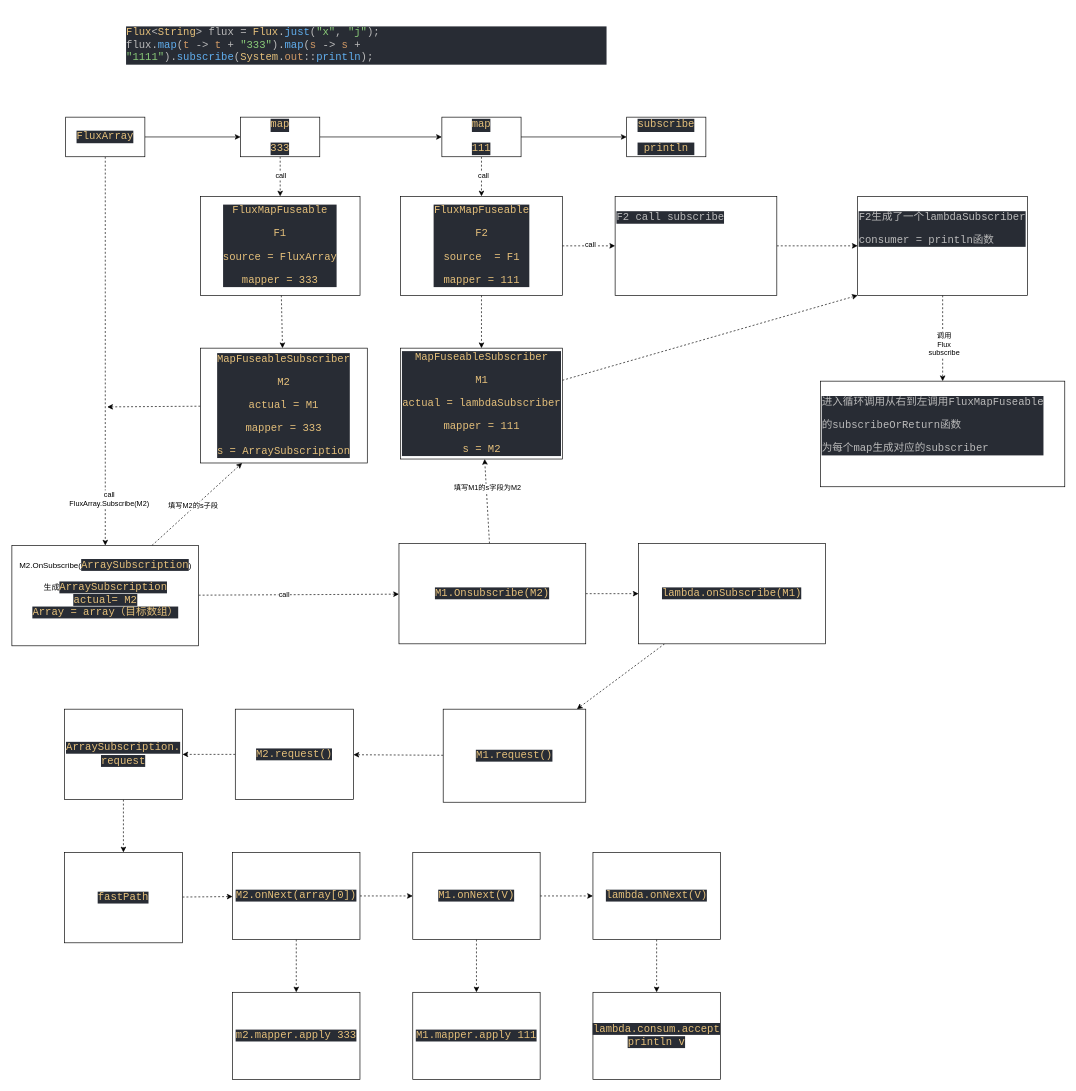
The draw.io diagram page "Page-2" (2 of 2) of exercises/src/main/java/my/my.drawio in amwtke/practical-reactor, before the edit. Source tidied: cells renumbered, new cells numbered last; positions are measured from the earlier drawing's top-left corner, leaving out a move shared by most shapes. Both pictures are drawn from the tidied source at 66%, with x=0, y=0 at pixel (11, 11).
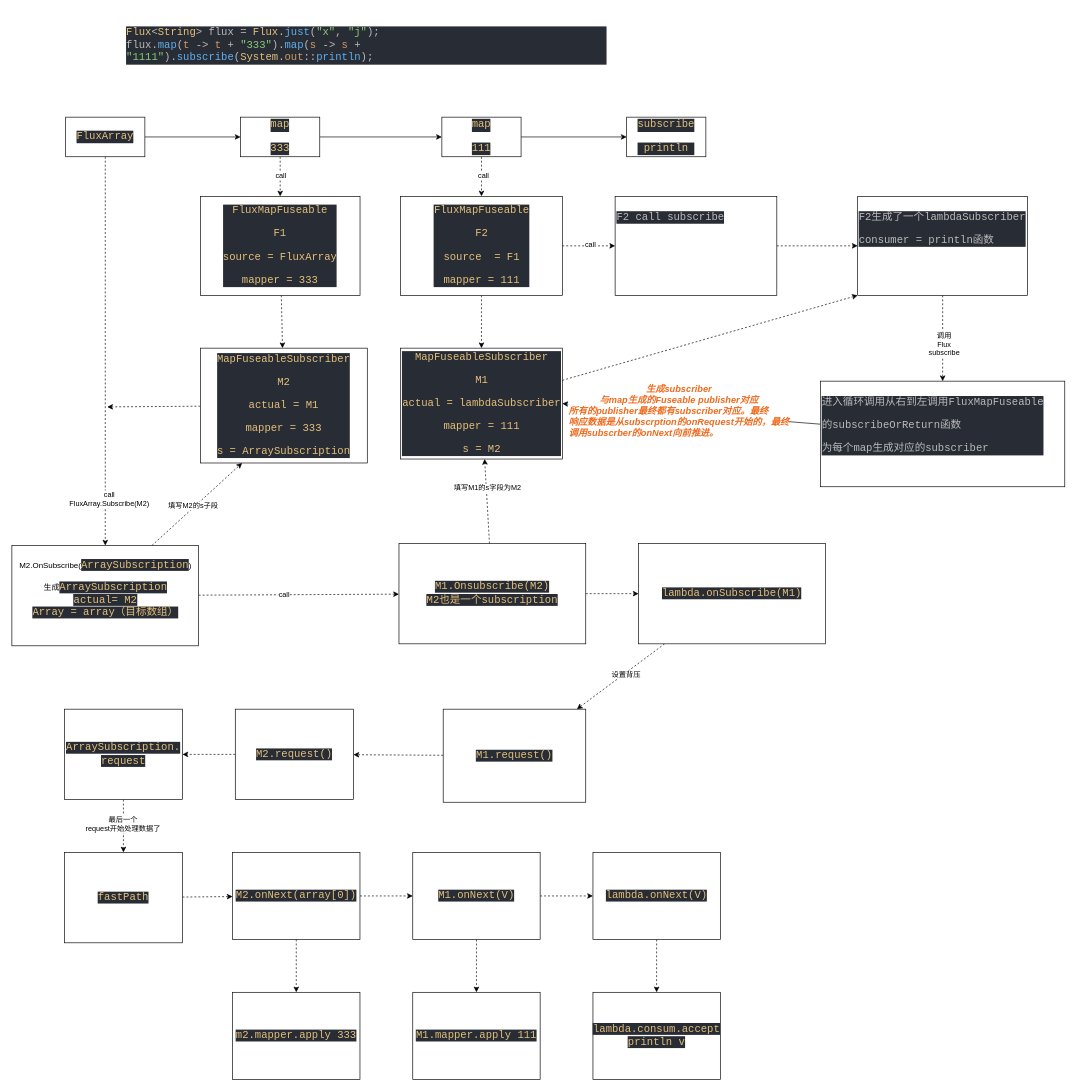
The same page after the edit.

Unchanged cells that the change refers to:
```xml
<mxCell id="27" value="&lt;pre style=&quot;background-color:#282c34;color:#bbbbbb;font-family:'JetBrains Mono',monospace;font-size:12.0pt;&quot;&gt;&lt;pre style=&quot;font-size: 12pt; font-family: &amp;quot;JetBrains Mono&amp;quot;, monospace;&quot;&gt;进入循环调用从右到左调用FluxMapFuseable&lt;/pre&gt;&lt;pre style=&quot;font-size: 12pt; font-family: &amp;quot;JetBrains Mono&amp;quot;, monospace;&quot;&gt;的subscribeOrReturn函数&lt;/pre&gt;&lt;pre style=&quot;font-size: 12pt; font-family: &amp;quot;JetBrains Mono&amp;quot;, monospace;&quot;&gt;为每个map生成对应的subscriber&lt;/pre&gt;&lt;/pre&gt;" style="rounded=0;whiteSpace=wrap;html=1;align=left;verticalAlign=top;" parent="1" vertex="1">
  <mxGeometry x="1225.8" y="560" width="370" height="160" as="geometry" />
</mxCell>
<mxCell id="29" value="&lt;pre style=&quot;background-color:#282c34;color:#bbbbbb;font-family:'JetBrains Mono',monospace;font-size:12.0pt;&quot;&gt;&lt;pre style=&quot;font-size: 12pt; font-family: &amp;quot;JetBrains Mono&amp;quot;, monospace;&quot;&gt;&lt;pre style=&quot;font-family: &amp;quot;JetBrains Mono&amp;quot;, monospace; font-size: 12pt;&quot;&gt;&lt;span style=&quot;color:#e5c07b;&quot;&gt;MapFuseableSubscriber&lt;/span&gt;&lt;/pre&gt;&lt;pre style=&quot;font-family: &amp;quot;JetBrains Mono&amp;quot;, monospace; font-size: 12pt;&quot;&gt;&lt;span style=&quot;color:#e5c07b;&quot;&gt;M1&lt;/span&gt;&lt;/pre&gt;&lt;pre style=&quot;font-family: &amp;quot;JetBrains Mono&amp;quot;, monospace; font-size: 12pt;&quot;&gt;&lt;span style=&quot;color:#e5c07b;&quot;&gt;actual = lambdaSubscriber&lt;/span&gt;&lt;/pre&gt;&lt;pre style=&quot;font-family: &amp;quot;JetBrains Mono&amp;quot;, monospace; font-size: 12pt;&quot;&gt;&lt;span style=&quot;color:#e5c07b;&quot;&gt;mapper = 111&lt;/span&gt;&lt;/pre&gt;&lt;pre style=&quot;font-family: &amp;quot;JetBrains Mono&amp;quot;, monospace; font-size: 12pt;&quot;&gt;&lt;span style=&quot;color:#e5c07b;&quot;&gt;s = M2&lt;/span&gt;&lt;/pre&gt;&lt;/pre&gt;&lt;/pre&gt;" style="rounded=0;whiteSpace=wrap;html=1;" parent="1" vertex="1">
  <mxGeometry x="589.5" y="510" width="245" height="168" as="geometry" />
</mxCell>
<mxCell id="41" style="edgeStyle=none;html=1;dashed=1;" parent="1" edge="1" source="42" target="44">
  <mxGeometry relative="1" as="geometry" />
</mxCell>
<mxCell id="47" style="edgeStyle=none;html=1;dashed=1;" parent="1" edge="1" source="48" target="50">
  <mxGeometry relative="1" as="geometry" />
</mxCell>
```

What changed in the source:
```diff
@@
+    <mxCell id="62" style="edgeStyle=none;html=1;entryX=1;entryY=0.5;entryDx=0;entryDy=0;" parent="1" edge="1" source="27" target="29">
+      <mxGeometry relative="1" as="geometry" />
+    </mxCell>
+    <mxCell id="63" value="&lt;i style=&quot;&quot;&gt;&lt;font style=&quot;&quot; color=&quot;#f06a1d&quot;&gt;&lt;b style=&quot;font-size: 14px;&quot;&gt;生成subscriber&lt;/b&gt;&lt;br&gt;&lt;b style=&quot;font-size: 14px;&quot;&gt;与map生成的Fuseable publisher对应&lt;/b&gt;&lt;br&gt;&lt;div style=&quot;text-align: left;&quot;&gt;&lt;span style=&quot;font-size: 14px;&quot;&gt;&lt;b&gt;所有的publisher最终都有subscriber对应。最终&lt;/b&gt;&lt;/span&gt;&lt;/div&gt;&lt;div style=&quot;text-align: left;&quot;&gt;&lt;span style=&quot;font-size: 14px;&quot;&gt;&lt;b&gt;响应数据是从subscrption的onRequest开始的，最终&lt;/b&gt;&lt;/span&gt;&lt;/div&gt;&lt;div style=&quot;text-align: left;&quot;&gt;&lt;span style=&quot;font-size: 14px;&quot;&gt;&lt;b&gt;调用subscrber的onNext向前推进。&lt;/b&gt;&lt;/span&gt;&lt;/div&gt;&lt;/font&gt;&lt;/i&gt;" style="edgeLabel;html=1;align=center;verticalAlign=middle;" parent="62" vertex="1">
+      <mxGeometry x="0.1" y="-4" relative="1" as="geometry" />
+    </mxCell>
@@
-    <mxCell id="40" value="&lt;span style=&quot;color: rgb(229, 192, 123); background-color: rgb(40, 44, 52); font-family: &amp;quot;JetBrains Mono&amp;quot;, monospace; font-size: 12pt;&quot;&gt;M1.Onsubscribe(M2)&lt;br&gt;&lt;/span&gt;" style="rounded=0;whiteSpace=wrap;html=1;" parent="1" vertex="1">
+    <mxCell id="40" value="&lt;span style=&quot;color: rgb(229, 192, 123); background-color: rgb(40, 44, 52); font-family: &amp;quot;JetBrains Mono&amp;quot;, monospace; font-size: 12pt;&quot;&gt;M1.Onsubscribe(M2)&lt;br&gt;M2也是一个subscription&lt;br&gt;&lt;/span&gt;" style="rounded=0;whiteSpace=wrap;html=1;" parent="1" vertex="1">
       <mxGeometry x="587" y="806" width="283" height="152" as="geometry" />
     </mxCell>
@@
+    <mxCell id="64" value="设置背压" style="edgeLabel;html=1;align=center;verticalAlign=middle;" parent="41" vertex="1">
+      <mxGeometry x="-0.1" y="2" relative="1" as="geometry" />
+    </mxCell>
@@
+    <mxCell id="65" value="最后一个&lt;br&gt;request开始处理数据了" style="edgeLabel;html=1;align=center;verticalAlign=middle;" parent="47" vertex="1">
+      <mxGeometry x="-0.09" y="-1" relative="1" as="geometry" />
+    </mxCell>
```
